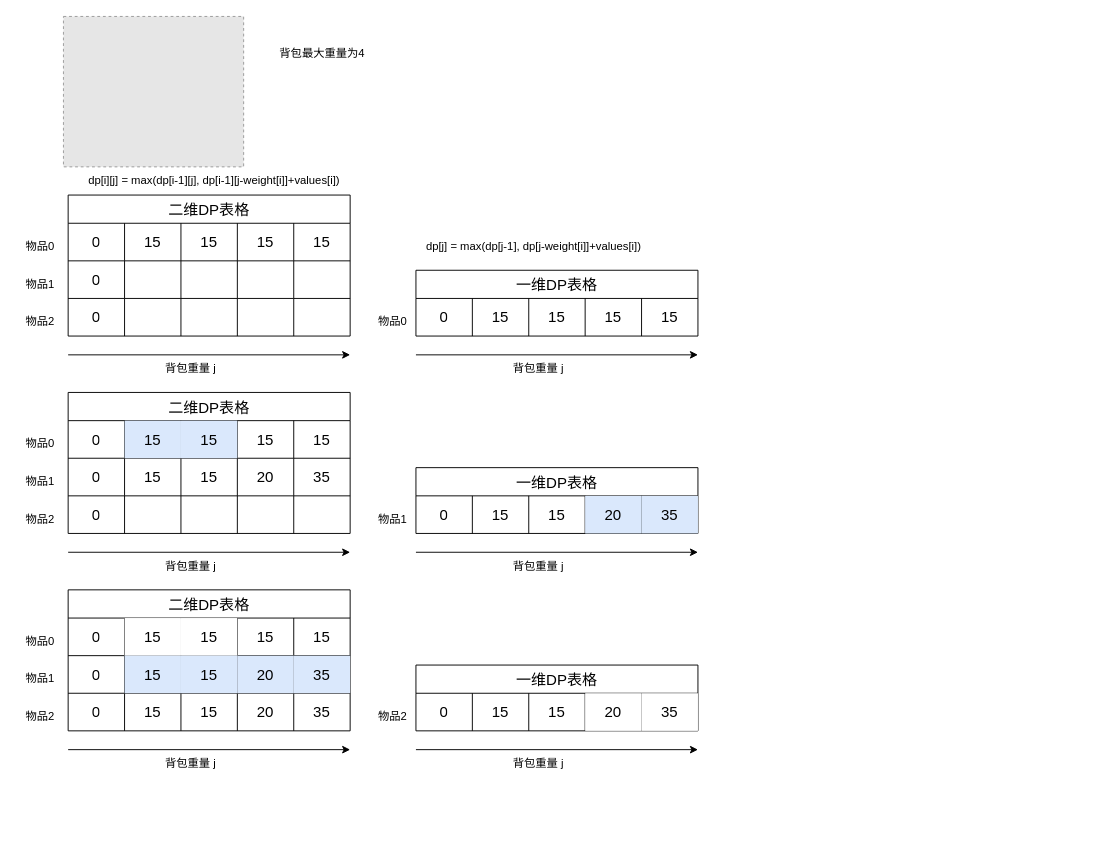
The draw.io diagram 01背包.drawio in poetlife/diagrams, before the edit. Source tidied: cells renumbered, new cells numbered last; positions are measured from the earlier drawing's top-left corner, leaving out a move shared by most shapes. Both pictures are drawn from the tidied source at 94%, with x=0, y=0 at pixel (16, 16). Pictures stored in the file or linked from it are replaced by grey dashed boxes.
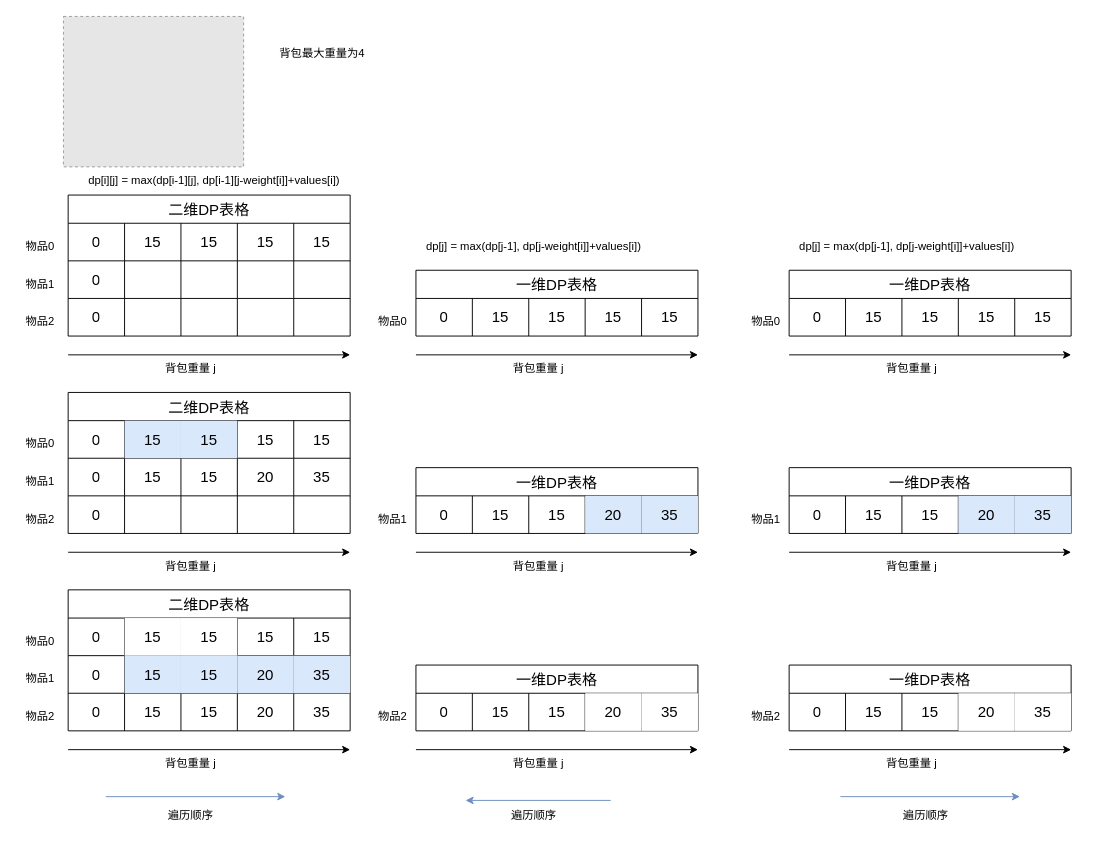
The same diagram, later.

The edit, as a diff of the source:
```diff
@@
+    <mxCell id="108" value="一维DP表格" style="shape=table;startSize=30;childLayout=tableLayout;strokeColor=default;fontSize=16;" parent="1" vertex="1">
+      <mxGeometry x="822" y="270" width="300" height="70" as="geometry" />
+    </mxCell>
+    <mxCell id="109" style="shape=tableRow;horizontal=0;startSize=0;swimlaneHead=0;swimlaneBody=0;strokeColor=inherit;top=0;left=0;bottom=0;right=0;fillColor=none;fontSize=16;" parent="108" vertex="1">
+      <mxGeometry y="30" width="300" height="40" as="geometry" />
+    </mxCell>
+    <mxCell id="110" value="0" style="shape=partialRectangle;html=1;whiteSpace=wrap;strokeColor=inherit;overflow=hidden;fillColor=none;top=0;left=0;bottom=0;right=0;fontSize=16;" parent="109" vertex="1">
+      <mxGeometry width="60" height="40" as="geometry" />
+    </mxCell>
+    <mxCell id="111" value="15" style="shape=partialRectangle;html=1;whiteSpace=wrap;strokeColor=inherit;overflow=hidden;fillColor=none;top=0;left=0;bottom=0;right=0;fontSize=16;" parent="109" vertex="1">
+      <mxGeometry x="60" width="60" height="40" as="geometry" />
+    </mxCell>
+    <mxCell id="112" value="15" style="shape=partialRectangle;html=1;whiteSpace=wrap;strokeColor=inherit;overflow=hidden;fillColor=none;top=0;left=0;bottom=0;right=0;fontSize=16;" parent="109" vertex="1">
+      <mxGeometry x="120" width="60" height="40" as="geometry" />
+    </mxCell>
+    <mxCell id="113" value="15" style="shape=partialRectangle;html=1;whiteSpace=wrap;strokeColor=inherit;overflow=hidden;fillColor=none;top=0;left=0;bottom=0;right=0;fontSize=16;" parent="109" vertex="1">
+      <mxGeometry x="180" width="60" height="40" as="geometry" />
+    </mxCell>
+    <mxCell id="114" value="15" style="shape=partialRectangle;html=1;whiteSpace=wrap;strokeColor=inherit;overflow=hidden;fillColor=none;top=0;left=0;bottom=0;right=0;fontSize=16;" parent="109" vertex="1">
+      <mxGeometry x="240" width="60" height="40" as="geometry" />
+    </mxCell>
+    <mxCell id="115" style="endArrow=classic;html=1;rounded=0;" parent="1" edge="1">
+      <mxGeometry relative="1" as="geometry">
+        <mxPoint x="822" y="360" as="sourcePoint" />
+        <mxPoint x="1122" y="360" as="targetPoint" />
+      </mxGeometry>
+    </mxCell>
+    <mxCell id="116" value="背包重量 j" style="text;html=1;align=center;verticalAlign=middle;strokeColor=none;fillColor=none;" parent="1" vertex="1">
+      <mxGeometry x="912" y="360" width="80" height="30" as="geometry" />
+    </mxCell>
+    <mxCell id="117" value="物品0" style="text;html=1;align=center;verticalAlign=middle;strokeColor=none;fillColor=none;" parent="1" vertex="1">
+      <mxGeometry x="772" y="310" width="50" height="30" as="geometry" />
+    </mxCell>
+    <mxCell id="118" value="dp[j] = max(dp[j-1], dp[j-weight[i]]+values[i])" style="text;html=1;align=center;verticalAlign=middle;strokeColor=none;fillColor=none;" parent="1" vertex="1">
+      <mxGeometry x="822" y="230" width="250" height="30" as="geometry" />
+    </mxCell>
+    <mxCell id="119" value="一维DP表格" style="shape=table;startSize=30;childLayout=tableLayout;strokeColor=default;fontSize=16;" parent="1" vertex="1">
+      <mxGeometry x="822" y="480" width="300" height="70" as="geometry" />
+    </mxCell>
+    <mxCell id="120" style="shape=tableRow;horizontal=0;startSize=0;swimlaneHead=0;swimlaneBody=0;strokeColor=inherit;top=0;left=0;bottom=0;right=0;fillColor=none;fontSize=16;" parent="119" vertex="1">
+      <mxGeometry y="30" width="300" height="40" as="geometry" />
+    </mxCell>
+    <mxCell id="121" value="0" style="shape=partialRectangle;html=1;whiteSpace=wrap;strokeColor=inherit;overflow=hidden;fillColor=none;top=0;left=0;bottom=0;right=0;fontSize=16;" parent="120" vertex="1">
+      <mxGeometry width="60" height="40" as="geometry" />
+    </mxCell>
+    <mxCell id="122" value="15" style="shape=partialRectangle;html=1;whiteSpace=wrap;strokeColor=inherit;overflow=hidden;fillColor=none;top=0;left=0;bottom=0;right=0;fontSize=16;" parent="120" vertex="1">
+      <mxGeometry x="60" width="60" height="40" as="geometry" />
+    </mxCell>
+    <mxCell id="123" value="15" style="shape=partialRectangle;html=1;whiteSpace=wrap;strokeColor=inherit;overflow=hidden;fillColor=none;top=0;left=0;bottom=0;right=0;fontSize=16;" parent="120" vertex="1">
+      <mxGeometry x="120" width="60" height="40" as="geometry" />
+    </mxCell>
+    <mxCell id="124" value="20" style="shape=partialRectangle;html=1;whiteSpace=wrap;strokeColor=#6c8ebf;overflow=hidden;fillColor=#dae8fc;top=0;left=0;bottom=0;right=0;fontSize=16;" parent="120" vertex="1">
+      <mxGeometry x="180" width="60" height="40" as="geometry" />
+    </mxCell>
+    <mxCell id="125" value="35" style="shape=partialRectangle;html=1;whiteSpace=wrap;strokeColor=#6c8ebf;overflow=hidden;fillColor=#dae8fc;top=0;left=0;bottom=0;right=0;fontSize=16;" parent="120" vertex="1">
+      <mxGeometry x="240" width="60" height="40" as="geometry" />
+    </mxCell>
+    <mxCell id="126" style="endArrow=classic;html=1;rounded=0;" parent="1" edge="1">
+      <mxGeometry relative="1" as="geometry">
+        <mxPoint x="822" y="570" as="sourcePoint" />
+        <mxPoint x="1122" y="570" as="targetPoint" />
+      </mxGeometry>
+    </mxCell>
+    <mxCell id="127" value="背包重量 j" style="text;html=1;align=center;verticalAlign=middle;strokeColor=none;fillColor=none;" parent="1" vertex="1">
+      <mxGeometry x="912" y="570" width="80" height="30" as="geometry" />
+    </mxCell>
+    <mxCell id="128" value="物品1" style="text;html=1;align=center;verticalAlign=middle;strokeColor=none;fillColor=none;" parent="1" vertex="1">
+      <mxGeometry x="772" y="520" width="50" height="30" as="geometry" />
+    </mxCell>
+    <mxCell id="129" value="一维DP表格" style="shape=table;startSize=30;childLayout=tableLayout;strokeColor=default;fontSize=16;" parent="1" vertex="1">
+      <mxGeometry x="822" y="690" width="300" height="70" as="geometry" />
+    </mxCell>
+    <mxCell id="130" style="shape=tableRow;horizontal=0;startSize=0;swimlaneHead=0;swimlaneBody=0;strokeColor=inherit;top=0;left=0;bottom=0;right=0;fillColor=none;fontSize=16;" parent="129" vertex="1">
+      <mxGeometry y="30" width="300" height="40" as="geometry" />
+    </mxCell>
+    <mxCell id="131" value="0" style="shape=partialRectangle;html=1;whiteSpace=wrap;strokeColor=inherit;overflow=hidden;fillColor=none;top=0;left=0;bottom=0;right=0;fontSize=16;" parent="130" vertex="1">
+      <mxGeometry width="60" height="40" as="geometry" />
+    </mxCell>
+    <mxCell id="132" value="15" style="shape=partialRectangle;html=1;whiteSpace=wrap;strokeColor=inherit;overflow=hidden;fillColor=none;top=0;left=0;bottom=0;right=0;fontSize=16;" parent="130" vertex="1">
+      <mxGeometry x="60" width="60" height="40" as="geometry" />
+    </mxCell>
+    <mxCell id="133" value="15" style="shape=partialRectangle;html=1;whiteSpace=wrap;strokeColor=inherit;overflow=hidden;fillColor=none;top=0;left=0;bottom=0;right=0;fontSize=16;" parent="130" vertex="1">
+      <mxGeometry x="120" width="60" height="40" as="geometry" />
+    </mxCell>
+    <mxCell id="134" value="20" style="shape=partialRectangle;html=1;whiteSpace=wrap;overflow=hidden;top=0;left=0;bottom=0;right=0;fontSize=16;" parent="130" vertex="1">
+      <mxGeometry x="180" width="60" height="40" as="geometry" />
+    </mxCell>
+    <mxCell id="135" value="35" style="shape=partialRectangle;html=1;whiteSpace=wrap;overflow=hidden;top=0;left=0;bottom=0;right=0;fontSize=16;" parent="130" vertex="1">
+      <mxGeometry x="240" width="60" height="40" as="geometry" />
+    </mxCell>
+    <mxCell id="136" style="endArrow=classic;html=1;rounded=0;" parent="1" edge="1">
+      <mxGeometry relative="1" as="geometry">
+        <mxPoint x="822" y="780" as="sourcePoint" />
+        <mxPoint x="1122" y="780" as="targetPoint" />
+      </mxGeometry>
+    </mxCell>
+    <mxCell id="137" value="背包重量 j" style="text;html=1;align=center;verticalAlign=middle;strokeColor=none;fillColor=none;" parent="1" vertex="1">
+      <mxGeometry x="912" y="780" width="80" height="30" as="geometry" />
+    </mxCell>
+    <mxCell id="138" value="物品2" style="text;html=1;align=center;verticalAlign=middle;strokeColor=none;fillColor=none;" parent="1" vertex="1">
+      <mxGeometry x="772" y="730" width="50" height="30" as="geometry" />
+    </mxCell>
+    <mxCell id="139" style="endArrow=classic;html=1;rounded=0;fillColor=#dae8fc;strokeColor=#6c8ebf;" parent="1" edge="1">
+      <mxGeometry relative="1" as="geometry">
+        <mxPoint x="95" y="830" as="sourcePoint" />
+        <mxPoint x="286" y="830" as="targetPoint" />
+      </mxGeometry>
+    </mxCell>
+    <mxCell id="140" value="遍历顺序" style="text;html=1;align=center;verticalAlign=middle;strokeColor=none;fillColor=none;" parent="1" vertex="1">
+      <mxGeometry x="150" y="835" width="70" height="30" as="geometry" />
+    </mxCell>
+    <mxCell id="141" style="endArrow=classic;html=1;rounded=0;fillColor=#dae8fc;strokeColor=#6c8ebf;" parent="1" edge="1">
+      <mxGeometry relative="1" as="geometry">
+        <mxPoint x="876.5" y="830" as="sourcePoint" />
+        <mxPoint x="1067.5" y="830" as="targetPoint" />
+      </mxGeometry>
+    </mxCell>
+    <mxCell id="142" value="遍历顺序" style="text;html=1;align=center;verticalAlign=middle;strokeColor=none;fillColor=none;" parent="1" vertex="1">
+      <mxGeometry x="931.5" y="835" width="70" height="30" as="geometry" />
+    </mxCell>
+    <mxCell id="143" style="endArrow=classic;html=1;rounded=0;fillColor=#dae8fc;strokeColor=#6c8ebf;" parent="1" edge="1">
+      <mxGeometry relative="1" as="geometry">
+        <mxPoint x="632.2" y="834" as="sourcePoint" />
+        <mxPoint x="477.8" y="834" as="targetPoint" />
+      </mxGeometry>
+    </mxCell>
+    <mxCell id="144" value="遍历顺序" style="text;html=1;align=center;verticalAlign=middle;strokeColor=none;fillColor=none;" parent="1" vertex="1">
+      <mxGeometry x="514.5" y="835" width="70" height="30" as="geometry" />
+    </mxCell>
```
